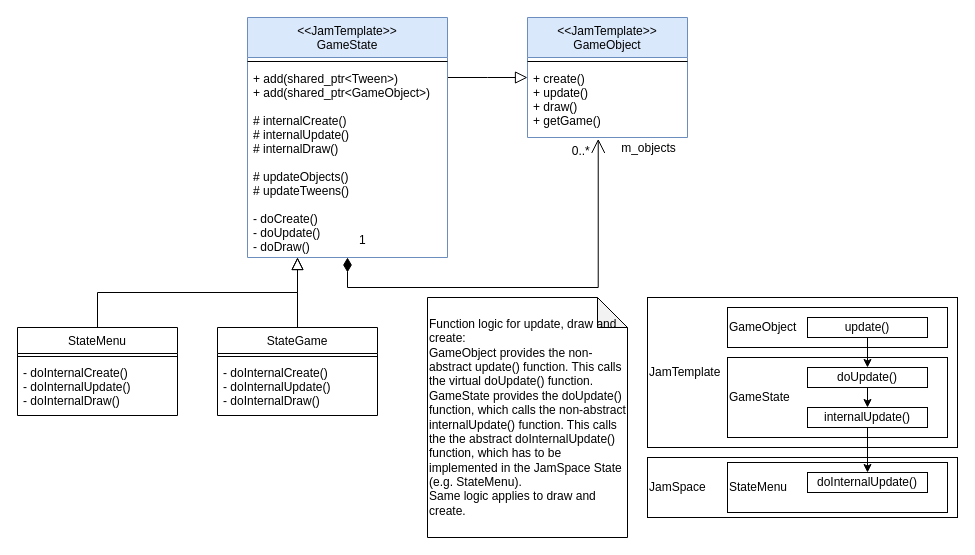
Laguna1989/JamTemplateCpp keeps this draw.io diagram as doc/GameState.drawio. Above is the earlier version. Source tidied: cells renumbered, new cells numbered last; positions are measured from the earlier drawing's top-left corner, leaving out a move shared by most shapes. Both pictures are drawn from the tidied source at 100%, with x=0, y=0 at pixel (17, 17).
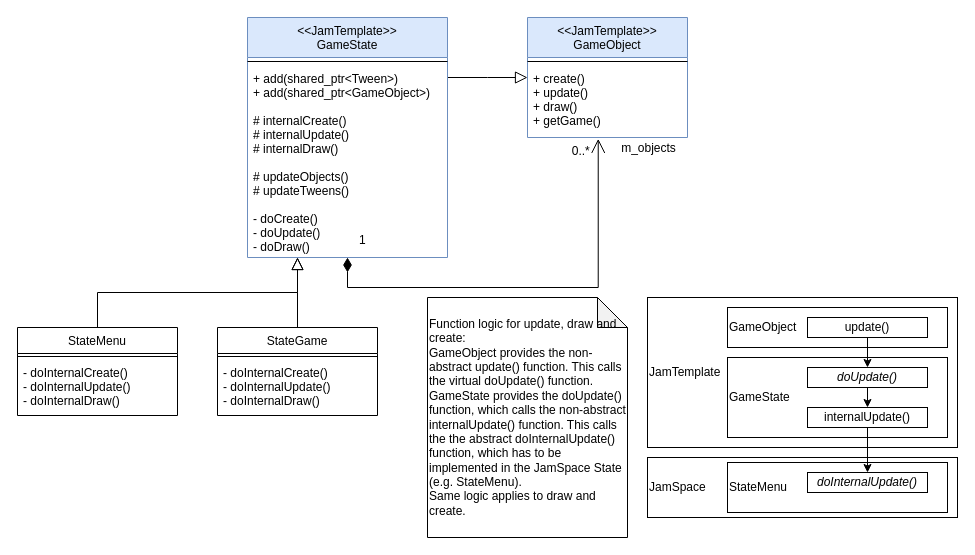
The same page after the edit.

Change to the diagram source:
```diff
@@
-    <mxCell id="28" value="doUpdate()" style="rounded=0;whiteSpace=wrap;html=1;" parent="1" vertex="1">
+    <mxCell id="28" value="&lt;i&gt;doUpdate()&lt;/i&gt;" style="rounded=0;whiteSpace=wrap;html=1;" parent="1" vertex="1">
       <mxGeometry x="790" y="350" width="120" height="20" as="geometry" />
     </mxCell>
@@
-    <mxCell id="30" value="doInternalUpdate()" style="rounded=0;whiteSpace=wrap;html=1;" parent="1" vertex="1">
+    <mxCell id="30" value="&lt;i&gt;doInternalUpdate()&lt;/i&gt;" style="rounded=0;whiteSpace=wrap;html=1;" parent="1" vertex="1">
       <mxGeometry x="790" y="455" width="120" height="20" as="geometry" />
     </mxCell>
```
